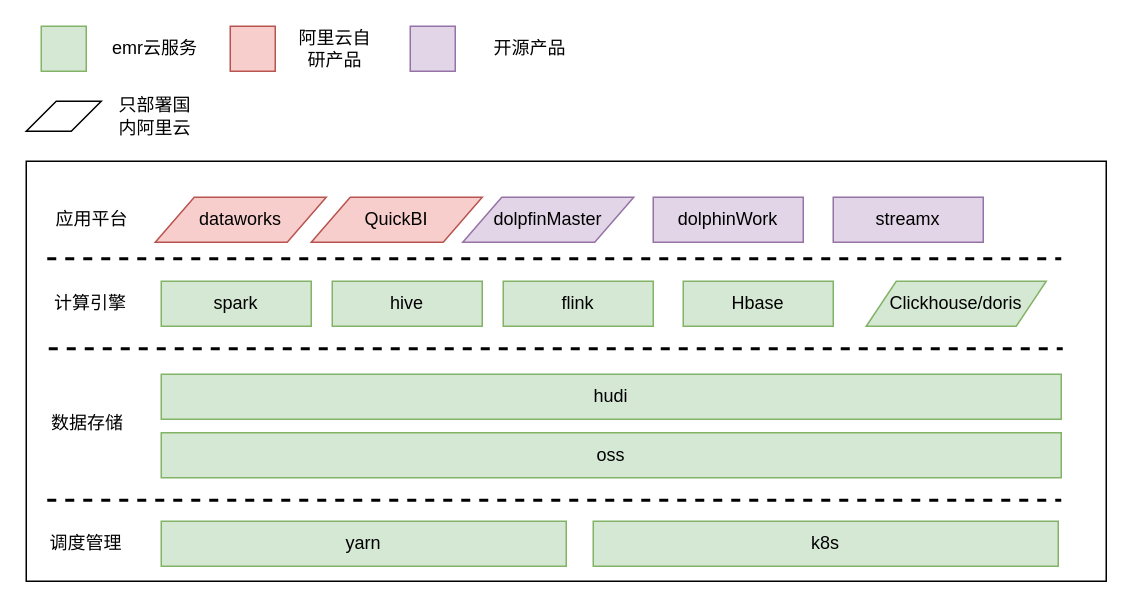
stgztsw/diagrams keeps this draw.io diagram as 大数据云平台.drawio. Above is the earlier version. Source tidied: cells renumbered, new cells numbered last; positions are measured from the earlier drawing's top-left corner, leaving out a move shared by most shapes. Both pictures are drawn from the tidied source at 150%, with x=0, y=0 at pixel (26, 26).
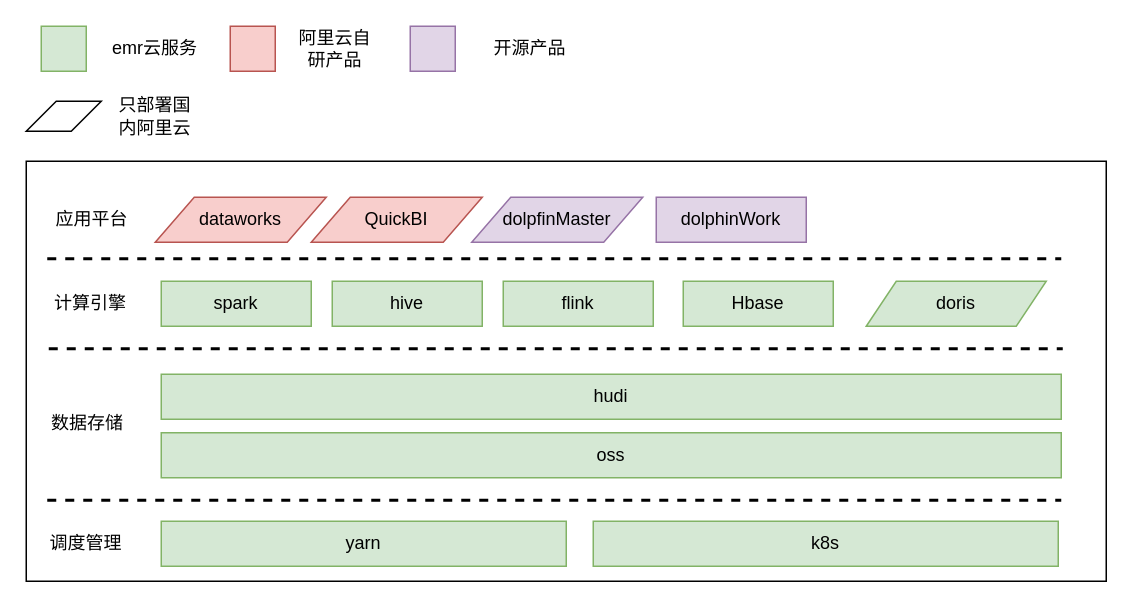
The same page after the edit.

Commit message:
Update 大数据云平台.drawio

Diff of the diagram source:
```diff
@@
-    <mxCell id="16" value="&lt;span style=&quot;&quot;&gt;Clickhouse/doris&lt;/span&gt;" style="shape=parallelogram;perimeter=parallelogramPerimeter;whiteSpace=wrap;html=1;fixedSize=1;fillColor=#d5e8d4;strokeColor=#82b366;" parent="1" vertex="1">
+    <mxCell id="16" value="&lt;span style=&quot;&quot;&gt;doris&lt;/span&gt;" style="shape=parallelogram;perimeter=parallelogramPerimeter;whiteSpace=wrap;html=1;fixedSize=1;fillColor=#d5e8d4;strokeColor=#82b366;" parent="1" vertex="1">
       <mxGeometry x="560" y="170" width="120" height="30" as="geometry" />
     </mxCell>
@@
     <mxCell id="29" value="dolpfinMaster" style="shape=parallelogram;perimeter=parallelogramPerimeter;whiteSpace=wrap;html=1;fixedSize=1;fillColor=#e1d5e7;strokeColor=#9673a6;size=26;" parent="1" vertex="1">
-      <mxGeometry x="291" y="114" width="114" height="30" as="geometry" />
+      <mxGeometry x="297" y="114" width="114" height="30" as="geometry" />
     </mxCell>
     <mxCell id="30" value="dolphinWork" style="rounded=0;whiteSpace=wrap;html=1;fillColor=#e1d5e7;strokeColor=#9673a6;" parent="1" vertex="1">
-      <mxGeometry x="418" y="114" width="100" height="30" as="geometry" />
+      <mxGeometry x="420" y="114" width="100" height="30" as="geometry" />
     </mxCell>
-    <mxCell id="31" value="streamx" style="rounded=0;whiteSpace=wrap;html=1;fillColor=#e1d5e7;strokeColor=#9673a6;" parent="1" vertex="1">
-      <mxGeometry x="538" y="114" width="100" height="30" as="geometry" />
-    </mxCell>
```
